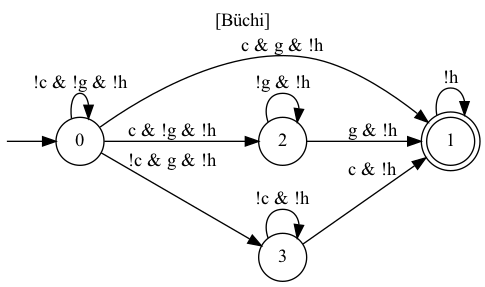
This is dfa2.png from YuliiaSuprun/Task-Planning-with-TEGs, a Graphviz export, as it was before one commit. Its source is kept beside it as dfa2.dot. Its diagram source:
```dot
digraph "" {
  rankdir=LR
  label="[Büchi]"
  labelloc="t"
  node [shape="circle"]
  I [label="", style=invis, width=0]
  I -> 0
  0 [label="0"]
  0 -> 0 [label="!c & !g & !h"]
  0 -> 1 [label="c & g & !h"]
  0 -> 2 [label="c & !g & !h"]
  0 -> 3 [label="!c & g & !h"]
  1 [label="1", peripheries=2]
  1 -> 1 [label="!h"]
  2 [label="2"]
  2 -> 1 [label="g & !h"]
  2 -> 2 [label="!g & !h"]
  3 [label="3"]
  3 -> 1 [label="c & !h"]
  3 -> 3 [label="!c & !h"]
}
```
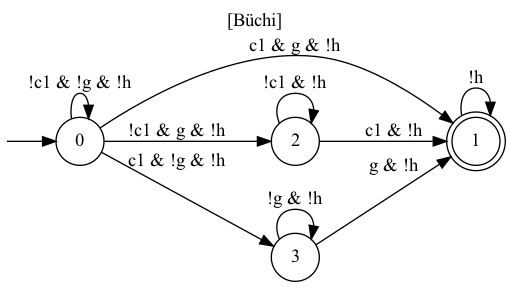
Above is the later version.

The edit, as a diff of the source:
```diff
@@ -6,16 +6,16 @@
   I [label="", style=invis, width=0]
   I -> 0
   0 [label="0"]
-  0 -> 0 [label="!c & !g & !h"]
-  0 -> 1 [label="c & g & !h"]
-  0 -> 2 [label="c & !g & !h"]
-  0 -> 3 [label="!c & g & !h"]
+  0 -> 0 [label="!c1 & !g & !h"]
+  0 -> 1 [label="c1 & g & !h"]
+  0 -> 2 [label="!c1 & g & !h"]
+  0 -> 3 [label="c1 & !g & !h"]
   1 [label="1", peripheries=2]
   1 -> 1 [label="!h"]
   2 [label="2"]
-  2 -> 1 [label="g & !h"]
-  2 -> 2 [label="!g & !h"]
+  2 -> 1 [label="c1 & !h"]
+  2 -> 2 [label="!c1 & !h"]
   3 [label="3"]
-  3 -> 1 [label="c & !h"]
-  3 -> 3 [label="!c & !h"]
+  3 -> 1 [label="g & !h"]
+  3 -> 3 [label="!g & !h"]
 }
```
